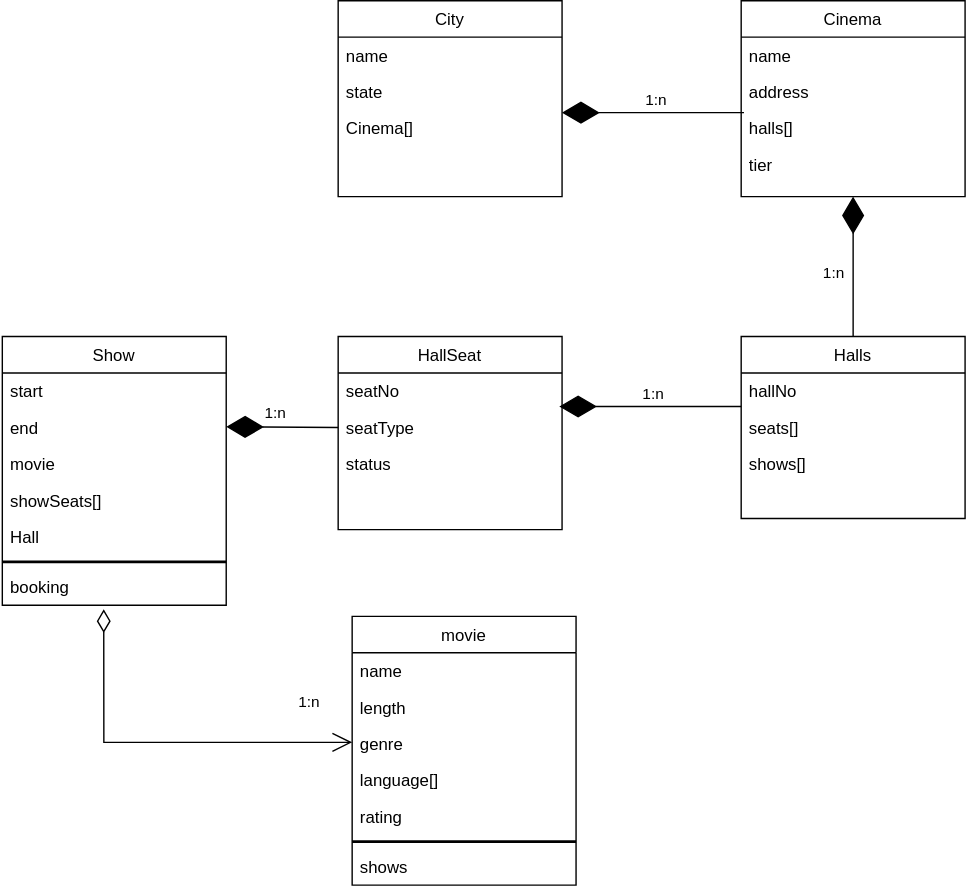
Above: BookMyShowCD.svg in Rammechh/Class_Diagrams (draw.io), before the change. Source tidied: cells renumbered, new cells last; positions are measured from the earlier drawing's top-left corner, leaving out a move shared by most shapes.
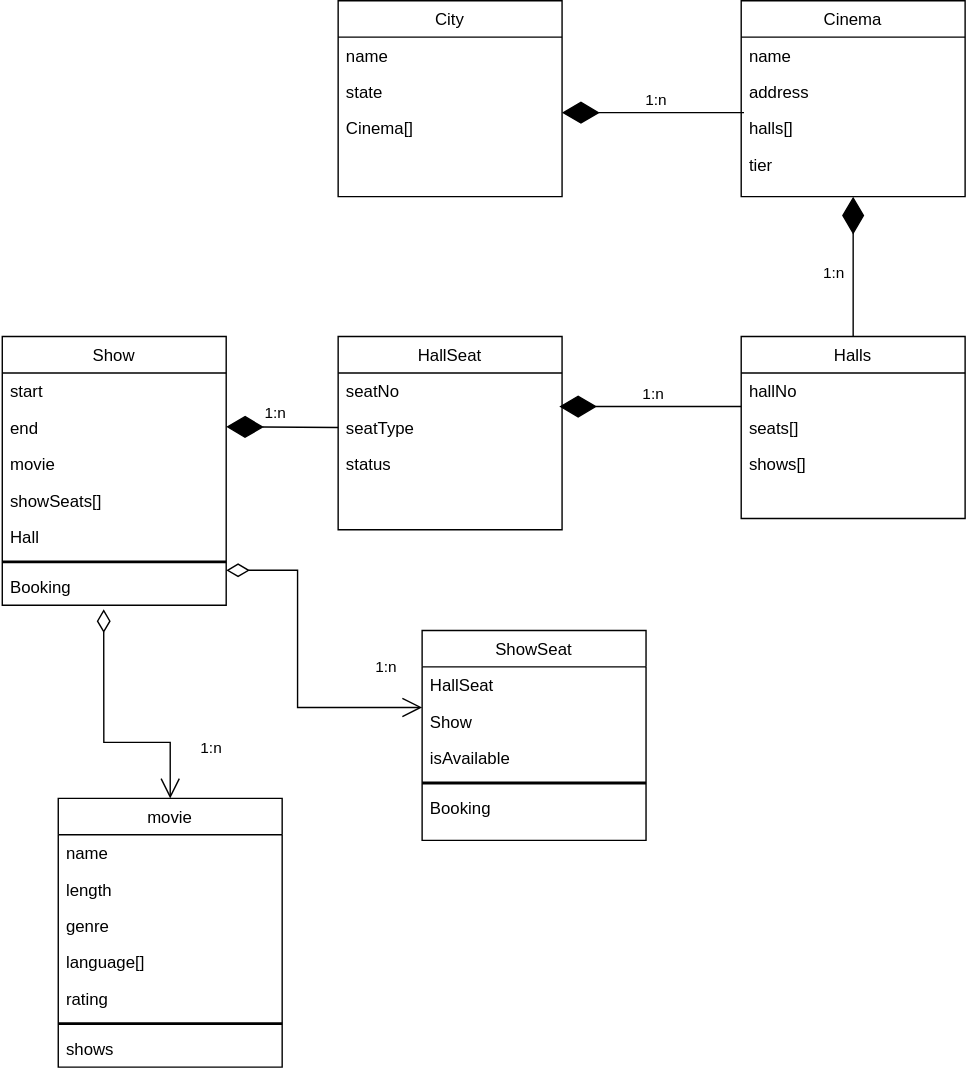
After the commit.

Change to the diagram source:
```diff
@@ -104,7 +104,7 @@
     <mxCell id="31" style="line;strokeWidth=2;html=1;" parent="25" vertex="1">
       <mxGeometry y="156" width="160" height="10" as="geometry" />
     </mxCell>
-    <mxCell id="32" value="booking" style="text;align=left;verticalAlign=top;spacingLeft=4;spacingRight=4;overflow=hidden;points=[[0,0.5],[1,0.5]];portConstraint=eastwest;fontStyle=0;" parent="25" vertex="1">
+    <mxCell id="32" value="Booking" style="text;align=left;verticalAlign=top;spacingLeft=4;spacingRight=4;overflow=hidden;points=[[0,0.5],[1,0.5]];portConstraint=eastwest;fontStyle=0;" parent="25" vertex="1">
       <mxGeometry y="166" width="160" height="26" as="geometry" />
     </mxCell>
     <mxCell id="33" style="endArrow=diamondThin;endFill=1;endSize=24;html=1;rounded=0;" parent="1" edge="1">
@@ -119,7 +119,7 @@
       </mxGeometry>
     </mxCell>
     <mxCell id="35" value="movie" style="swimlane;fontStyle=0;align=center;verticalAlign=top;horizontal=1;startSize=26;rounded=0;shadow=0;strokeWidth=1;" parent="1" vertex="1">
-      <mxGeometry x="250" y="440" width="160" height="192" as="geometry" />
+      <mxGeometry x="40" y="570" width="160" height="192" as="geometry" />
     </mxCell>
     <mxCell id="36" value="name" style="text;align=left;verticalAlign=top;spacingLeft=4;spacingRight=4;overflow=hidden;rounded=0;shadow=0;html=0;" parent="35" vertex="1">
       <mxGeometry y="26" width="160" height="26" as="geometry" />
@@ -142,13 +142,41 @@
     <mxCell id="42" value="shows" style="text;align=left;verticalAlign=top;spacingLeft=4;spacingRight=4;overflow=hidden;fontStyle=0;" parent="35" vertex="1">
       <mxGeometry y="166" width="160" height="26" as="geometry" />
     </mxCell>
-    <mxCell id="43" value="1:n" style="endArrow=open;html=1;endSize=12;startArrow=diamondThin;startSize=14;startFill=0;edgeStyle=orthogonalEdgeStyle;align=left;verticalAlign=bottom;rounded=0;exitX=0.453;exitY=1.111;exitDx=0;exitDy=0;exitPerimeter=0;" parent="1" edge="1" source="32">
+    <mxCell id="43" value="1:n" style="endArrow=open;html=1;endSize=12;startArrow=diamondThin;startSize=14;startFill=0;edgeStyle=orthogonalEdgeStyle;align=left;verticalAlign=bottom;rounded=0;exitX=0.453;exitY=1.111;exitDx=0;exitDy=0;exitPerimeter=0;" parent="1" edge="1" source="32" target="35">
       <mxGeometry x="0.71" y="20" relative="1" as="geometry">
-        <mxPoint x="250" y="530" as="targetPoint" />
         <Array as="points">
           <mxPoint x="73" y="530" />
+          <mxPoint x="120" y="530" />
         </Array>
       </mxGeometry>
     </mxCell>
+    <mxCell id="44" value="1:n" style="endArrow=open;html=1;endSize=12;startArrow=diamondThin;startSize=14;startFill=0;edgeStyle=orthogonalEdgeStyle;align=left;verticalAlign=bottom;rounded=0;" parent="1" edge="1">
+      <mxGeometry x="0.71" y="20" relative="1" as="geometry">
+        <mxPoint x="160" y="407" as="sourcePoint" />
+        <mxPoint x="300" y="505" as="targetPoint" />
+        <Array as="points">
+          <mxPoint x="211" y="407" />
+          <mxPoint x="211" y="505" />
+        </Array>
+      </mxGeometry>
+    </mxCell>
+    <mxCell id="45" value="ShowSeat" style="swimlane;fontStyle=0;align=center;verticalAlign=top;horizontal=1;startSize=26;rounded=0;shadow=0;strokeWidth=1;" parent="1" vertex="1">
+      <mxGeometry x="300" y="450" width="160" height="150" as="geometry" />
+    </mxCell>
+    <mxCell id="46" value="HallSeat" style="text;align=left;verticalAlign=top;spacingLeft=4;spacingRight=4;overflow=hidden;rounded=0;shadow=0;html=0;" parent="45" vertex="1">
+      <mxGeometry y="26" width="160" height="26" as="geometry" />
+    </mxCell>
+    <mxCell id="47" value="Show" style="text;align=left;verticalAlign=top;spacingLeft=4;spacingRight=4;overflow=hidden;fontStyle=0;" parent="45" vertex="1">
+      <mxGeometry y="52" width="160" height="26" as="geometry" />
+    </mxCell>
+    <mxCell id="48" value="isAvailable" style="text;align=left;verticalAlign=top;spacingLeft=4;spacingRight=4;overflow=hidden;fontStyle=0;" parent="45" vertex="1">
+      <mxGeometry y="78" width="160" height="26" as="geometry" />
+    </mxCell>
+    <mxCell id="49" style="line;strokeWidth=2;html=1;" parent="45" vertex="1">
+      <mxGeometry y="104" width="160" height="10" as="geometry" />
+    </mxCell>
+    <mxCell id="50" value="Booking" style="text;align=left;verticalAlign=top;spacingLeft=4;spacingRight=4;overflow=hidden;fontStyle=0;" parent="45" vertex="1">
+      <mxGeometry y="114" width="160" height="26" as="geometry" />
+    </mxCell>
   </root>
 </mxGraphModel>
```
